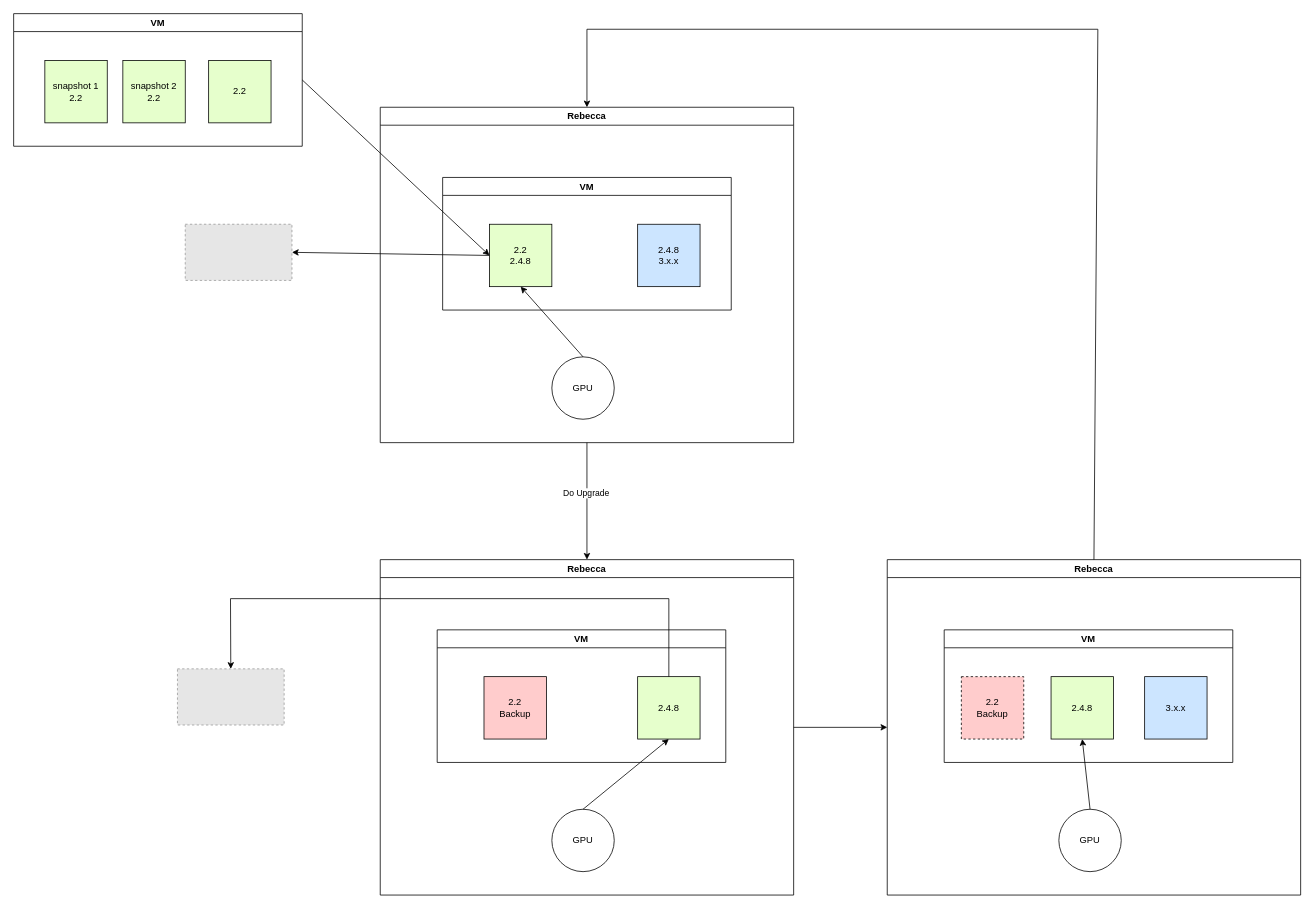
Earlier version of the draw.io diagram cvat-deployment.drawio (QAlexBall/diagrams). Source tidied: cells renumbered, new cells numbered last; positions are measured from the earlier drawing's top-left corner, leaving out a move shared by most shapes. Both pictures are drawn from the tidied source at 78%, with x=0, y=0 at pixel (13, 13). Pictures stored in the file or linked from it are replaced by grey dashed boxes.
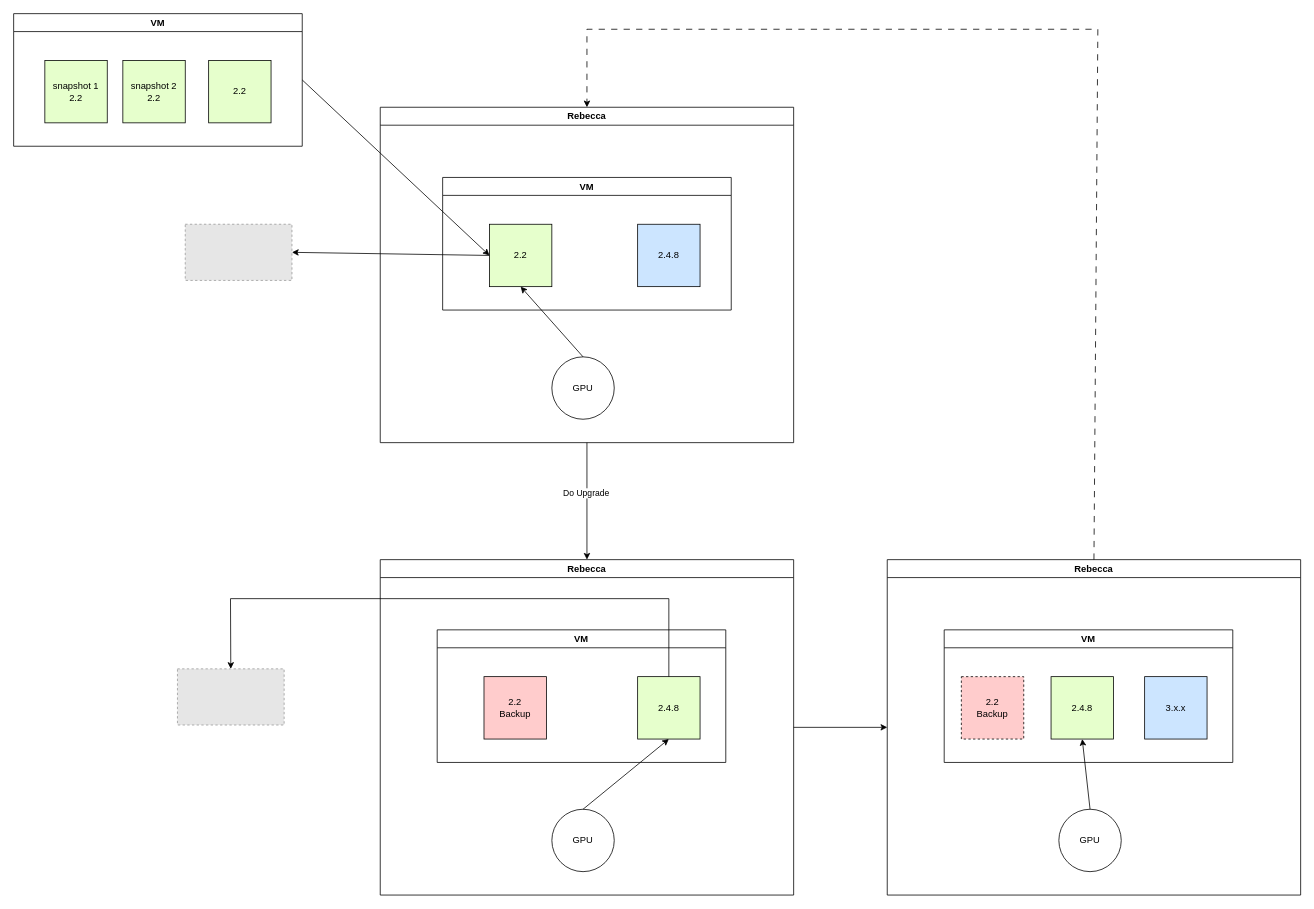
The same diagram, later.

The change refers to these unchanged cells:
```xml
<mxCell id="4" value="Rebecca" style="swimlane;whiteSpace=wrap;html=1;" parent="1" vertex="1">
  <mxGeometry x="470" y="120" width="530" height="430" as="geometry" />
</mxCell>
<mxCell id="21" value="Rebecca" style="swimlane;whiteSpace=wrap;html=1;" parent="1" vertex="1">
  <mxGeometry x="1120" y="700" width="530" height="430" as="geometry" />
</mxCell>
```

Diff of the diagram source:
```diff
@@
-    <mxCell id="2" value="2.2&lt;br&gt;2.4.8" style="whiteSpace=wrap;html=1;fillColor=#E6FFCC;" parent="1" vertex="1">
+    <mxCell id="2" value="2.2" style="whiteSpace=wrap;html=1;fillColor=#E6FFCC;" parent="1" vertex="1">
       <mxGeometry x="610" y="270" width="80" height="80" as="geometry" />
     </mxCell>
@@
-    <mxCell id="6" value="2.4.8&lt;br&gt;3.x.x" style="whiteSpace=wrap;html=1;fillColor=#CCE5FF;" parent="4" vertex="1">
+    <mxCell id="6" value="2.4.8" style="whiteSpace=wrap;html=1;fillColor=#CCE5FF;" parent="4" vertex="1">
       <mxGeometry x="330" y="150" width="80" height="80" as="geometry" />
     </mxCell>
@@
-    <mxCell id="28" style="endArrow=classic;html=1;rounded=0;exitX=0.5;exitY=0;exitDx=0;exitDy=0;entryX=0.5;entryY=0;entryDx=0;entryDy=0;" parent="1" edge="1" source="21" target="4">
+    <mxCell id="28" style="endArrow=classic;html=1;rounded=0;exitX=0.5;exitY=0;exitDx=0;exitDy=0;entryX=0.5;entryY=0;entryDx=0;entryDy=0;dashed=1;dashPattern=8 8;" parent="1" edge="1" source="21" target="4">
       <mxGeometry relative="1" as="geometry">
         <Array as="points">
           <mxPoint x="1390" y="20" />
           <mxPoint x="735" y="20" />
         </Array>
       </mxGeometry>
     </mxCell>
```
